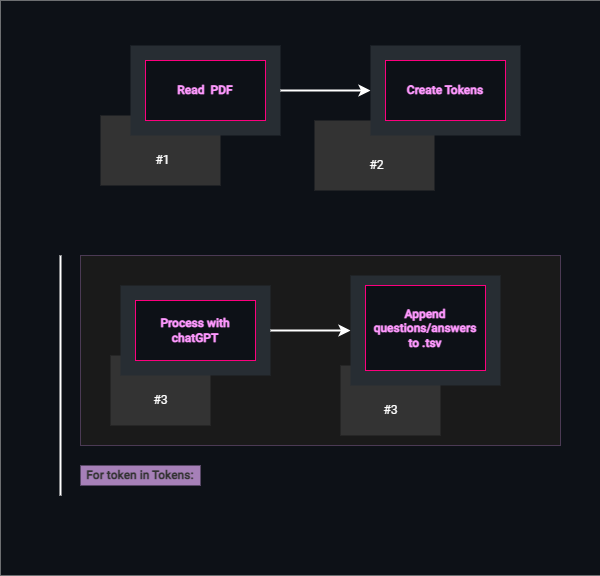
Before: img/AI-powered-flashcards.png, a diagram exported from draw.io (saradfrz/brain-gadget). Source tidied: cells renumbered, new cells last; positions are measured from the earlier drawing's top-left corner, leaving out a move shared by most shapes.
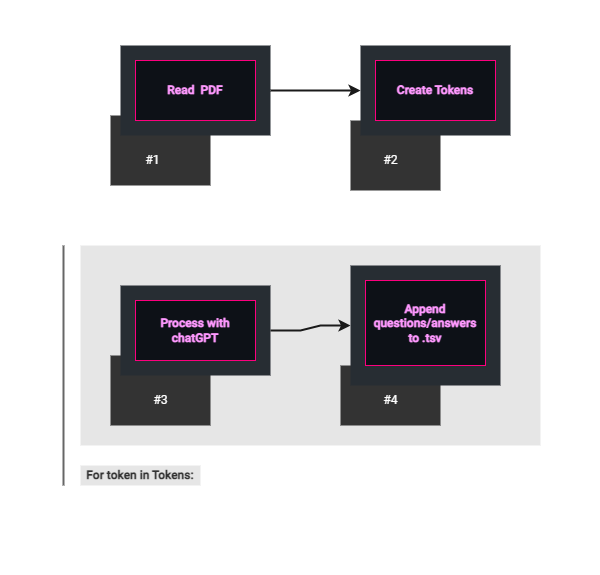
The same file after the commit.

Diff of the diagram source:
```diff
@@ -2,43 +2,43 @@
   <root>
     <mxCell id="0" />
     <mxCell id="1" parent="0" />
-    <mxCell id="2" style="rounded=0;whiteSpace=wrap;html=1;fillColor=#0D1117;strokeWidth=0;" parent="1" vertex="1">
+    <mxCell id="2" style="rounded=0;whiteSpace=wrap;html=1;fillColor=#FFFFFF;strokeWidth=0;strokeColor=none;" parent="1" vertex="1">
       <mxGeometry width="600" height="575" as="geometry" />
     </mxCell>
     <mxCell id="3" style="rounded=0;whiteSpace=wrap;html=1;strokeColor=none;fillColor=#333333;" parent="1" vertex="1">
-      <mxGeometry x="314" y="120" width="120" height="70" as="geometry" />
+      <mxGeometry x="350" y="120" width="90" height="70" as="geometry" />
     </mxCell>
     <mxCell id="4" value="&lt;font color=&quot;#ffffff&quot;&gt;#2&lt;/font&gt;" style="rounded=0;whiteSpace=wrap;html=1;strokeColor=none;fillColor=none;fontFamily=Roboto;fontSource=https%3A%2F%2Ffonts.googleapis.com%2Fcss%3Ffamily%3DRoboto;" parent="1" vertex="1">
-      <mxGeometry x="334" y="150" width="85" height="30" as="geometry" />
+      <mxGeometry x="347.5" y="145" width="85" height="30" as="geometry" />
     </mxCell>
-    <mxCell id="5" style="rounded=0;whiteSpace=wrap;html=1;fillColor=#1A1A1A;strokeColor=#4B3A54;" parent="1" vertex="1">
-      <mxGeometry x="80" y="255" width="480" height="190" as="geometry" />
+    <mxCell id="5" style="rounded=0;whiteSpace=wrap;html=1;fillColor=#E6E6E6;strokeColor=none;" parent="1" vertex="1">
+      <mxGeometry x="80" y="245" width="460" height="200" as="geometry" />
     </mxCell>
     <mxCell id="6" style="rounded=0;whiteSpace=wrap;html=1;strokeColor=none;fillColor=#333333;" parent="1" vertex="1">
-      <mxGeometry x="100" y="115" width="120" height="70" as="geometry" />
+      <mxGeometry x="110" y="115" width="100" height="70" as="geometry" />
     </mxCell>
     <mxCell id="7" style="rounded=0;whiteSpace=wrap;html=1;fillColor=#272d33;strokeColor=none;" parent="1" vertex="1">
-      <mxGeometry x="130" y="45" width="150" height="90" as="geometry" />
+      <mxGeometry x="120" y="45" width="150" height="90" as="geometry" />
     </mxCell>
-    <mxCell id="8" style="edgeStyle=orthogonalEdgeStyle;rounded=0;jettySize=auto;html=1;entryX=0;entryY=0.5;entryDx=0;entryDy=0;exitX=1;exitY=0.5;exitDx=0;exitDy=0;strokeColor=#FFFFFF;strokeWidth=2;" parent="1" edge="1" source="7" target="11">
+    <mxCell id="8" style="edgeStyle=orthogonalEdgeStyle;rounded=0;jettySize=auto;html=1;entryX=0;entryY=0.5;entryDx=0;entryDy=0;exitX=1;exitY=0.5;exitDx=0;exitDy=0;strokeColor=#1A1A1A;strokeWidth=2;" parent="1" edge="1" source="7" target="11">
       <mxGeometry relative="1" as="geometry" />
     </mxCell>
     <mxCell id="9" value="&lt;b style=&quot;&quot;&gt;&lt;font color=&quot;#ff99ff&quot;&gt;Read&amp;nbsp; PDF&lt;/font&gt;&lt;/b&gt;" style="rounded=0;whiteSpace=wrap;html=1;strokeColor=#FC007E;fontFamily=Roboto;fontSource=https%3A%2F%2Ffonts.googleapis.com%2Fcss%3Ffamily%3DRoboto;fillColor=#0d1117;" parent="1" vertex="1">
-      <mxGeometry x="145" y="60" width="120" height="60" as="geometry" />
+      <mxGeometry x="135" y="60" width="120" height="60" as="geometry" />
     </mxCell>
     <mxCell id="10" value="&lt;font color=&quot;#ffffff&quot;&gt;#1&lt;/font&gt;" style="rounded=0;whiteSpace=wrap;html=1;strokeColor=none;fillColor=none;fontFamily=Roboto;fontSource=https%3A%2F%2Ffonts.googleapis.com%2Fcss%3Ffamily%3DRoboto;" parent="1" vertex="1">
-      <mxGeometry x="120" y="145" width="85" height="30" as="geometry" />
+      <mxGeometry x="110" y="145" width="85" height="30" as="geometry" />
     </mxCell>
     <mxCell id="11" style="rounded=0;whiteSpace=wrap;html=1;fillColor=#272d33;strokeColor=none;" parent="1" vertex="1">
-      <mxGeometry x="370" y="45" width="150" height="90" as="geometry" />
+      <mxGeometry x="360" y="45" width="150" height="90" as="geometry" />
     </mxCell>
     <mxCell id="12" value="&lt;b style=&quot;&quot;&gt;&lt;font color=&quot;#ff99ff&quot;&gt;Create Tokens&lt;/font&gt;&lt;/b&gt;" style="rounded=0;whiteSpace=wrap;html=1;strokeColor=#FC007E;fontFamily=Roboto;fontSource=https%3A%2F%2Ffonts.googleapis.com%2Fcss%3Ffamily%3DRoboto;fillColor=#0d1117;" parent="1" vertex="1">
-      <mxGeometry x="385" y="60" width="120" height="60" as="geometry" />
+      <mxGeometry x="375" y="60" width="120" height="60" as="geometry" />
     </mxCell>
     <mxCell id="13" style="rounded=0;whiteSpace=wrap;html=1;strokeColor=none;fillColor=#333333;" parent="1" vertex="1">
       <mxGeometry x="110" y="355" width="100" height="70" as="geometry" />
     </mxCell>
-    <mxCell id="14" style="edgeStyle=entityRelationEdgeStyle;rounded=0;jettySize=auto;html=1;exitX=1;exitY=0.5;exitDx=0;exitDy=0;strokeColor=#FFFFFF;strokeWidth=2;" parent="1" edge="1" source="15" target="22">
+    <mxCell id="14" style="edgeStyle=entityRelationEdgeStyle;rounded=0;jettySize=auto;html=1;exitX=1;exitY=0.5;exitDx=0;exitDy=0;strokeColor=#1A1A1A;strokeWidth=2;" parent="1" edge="1" source="15" target="22">
       <mxGeometry relative="1" as="geometry" />
     </mxCell>
     <mxCell id="15" style="rounded=0;whiteSpace=wrap;html=1;fillColor=#272d33;strokeColor=none;" parent="1" vertex="1">
@@ -50,26 +50,26 @@
     <mxCell id="17" value="&lt;font color=&quot;#ffffff&quot;&gt;#3&lt;/font&gt;" style="rounded=0;whiteSpace=wrap;html=1;strokeColor=none;fillColor=none;fontFamily=Roboto;fontSource=https%3A%2F%2Ffonts.googleapis.com%2Fcss%3Ffamily%3DRoboto;" parent="1" vertex="1">
       <mxGeometry x="127.5" y="385" width="65" height="30" as="geometry" />
     </mxCell>
-    <mxCell id="18" style="endArrow=none;html=1;rounded=0;strokeColor=#FFFFFF;strokeWidth=2;" parent="1" edge="1">
-      <mxGeometry relative="1" as="geometry">
-        <mxPoint x="60" y="495" as="sourcePoint" />
-        <mxPoint x="60" y="255" as="targetPoint" />
-      </mxGeometry>
-    </mxCell>
-    <mxCell id="19" value="&lt;b style=&quot;&quot;&gt;&lt;font color=&quot;#333333&quot;&gt;For token in Tokens:&lt;/font&gt;&lt;/b&gt;" style="rounded=0;whiteSpace=wrap;html=1;strokeColor=none;fontFamily=Roboto;fontSource=https%3A%2F%2Ffonts.googleapis.com%2Fcss%3Ffamily%3DRoboto;fillColor=#A680B8;" parent="1" vertex="1">
+    <mxCell id="19" value="&lt;b style=&quot;&quot;&gt;&lt;font color=&quot;#333333&quot;&gt;For token in Tokens:&lt;/font&gt;&lt;/b&gt;" style="rounded=0;whiteSpace=wrap;html=1;strokeColor=none;fontFamily=Roboto;fontSource=https%3A%2F%2Ffonts.googleapis.com%2Fcss%3Ffamily%3DRoboto;fillColor=#E6E6E6;" parent="1" vertex="1">
       <mxGeometry x="80" y="465" width="120" height="20" as="geometry" />
     </mxCell>
     <mxCell id="20" style="rounded=0;whiteSpace=wrap;html=1;strokeColor=none;fillColor=#333333;" parent="1" vertex="1">
-      <mxGeometry x="340" y="365" width="100" height="70" as="geometry" />
+      <mxGeometry x="340" y="365" width="100" height="60" as="geometry" />
     </mxCell>
-    <mxCell id="21" value="&lt;font color=&quot;#ffffff&quot;&gt;#3&lt;/font&gt;" style="rounded=0;whiteSpace=wrap;html=1;strokeColor=none;fillColor=none;fontFamily=Roboto;fontSource=https%3A%2F%2Ffonts.googleapis.com%2Fcss%3Ffamily%3DRoboto;" parent="1" vertex="1">
-      <mxGeometry x="357.5" y="395" width="65" height="30" as="geometry" />
+    <mxCell id="21" value="&lt;font color=&quot;#ffffff&quot;&gt;#4&lt;/font&gt;" style="rounded=0;whiteSpace=wrap;html=1;strokeColor=none;fillColor=none;fontFamily=Roboto;fontSource=https%3A%2F%2Ffonts.googleapis.com%2Fcss%3Ffamily%3DRoboto;" parent="1" vertex="1">
+      <mxGeometry x="357.5" y="385" width="65" height="30" as="geometry" />
     </mxCell>
     <mxCell id="22" style="rounded=0;whiteSpace=wrap;html=1;fillColor=#272d33;strokeColor=none;" parent="1" vertex="1">
-      <mxGeometry x="350" y="275" width="150" height="110" as="geometry" />
+      <mxGeometry x="350" y="265" width="150" height="120" as="geometry" />
     </mxCell>
     <mxCell id="23" value="&lt;b style=&quot;&quot;&gt;&lt;font color=&quot;#ff99ff&quot;&gt;Append questions/answers&lt;br&gt;to .tsv&lt;/font&gt;&lt;/b&gt;" style="rounded=0;whiteSpace=wrap;html=1;strokeColor=#FC007E;fontFamily=Roboto;fontSource=https%3A%2F%2Ffonts.googleapis.com%2Fcss%3Ffamily%3DRoboto;align=center;fillColor=#0d1117;" parent="1" vertex="1">
-      <mxGeometry x="365" y="285" width="120" height="85" as="geometry" />
+      <mxGeometry x="365" y="280" width="120" height="85" as="geometry" />
     </mxCell>
+    <mxCell id="24" style="endArrow=none;html=1;rounded=0;strokeWidth=2;strokeColor=#666666;" parent="1" edge="1">
+      <mxGeometry relative="1" as="geometry">
+        <mxPoint x="63" y="485" as="sourcePoint" />
+        <mxPoint x="63" y="245" as="targetPoint" />
+      </mxGeometry>
+    </mxCell>
   </root>
 </mxGraphModel>
```
